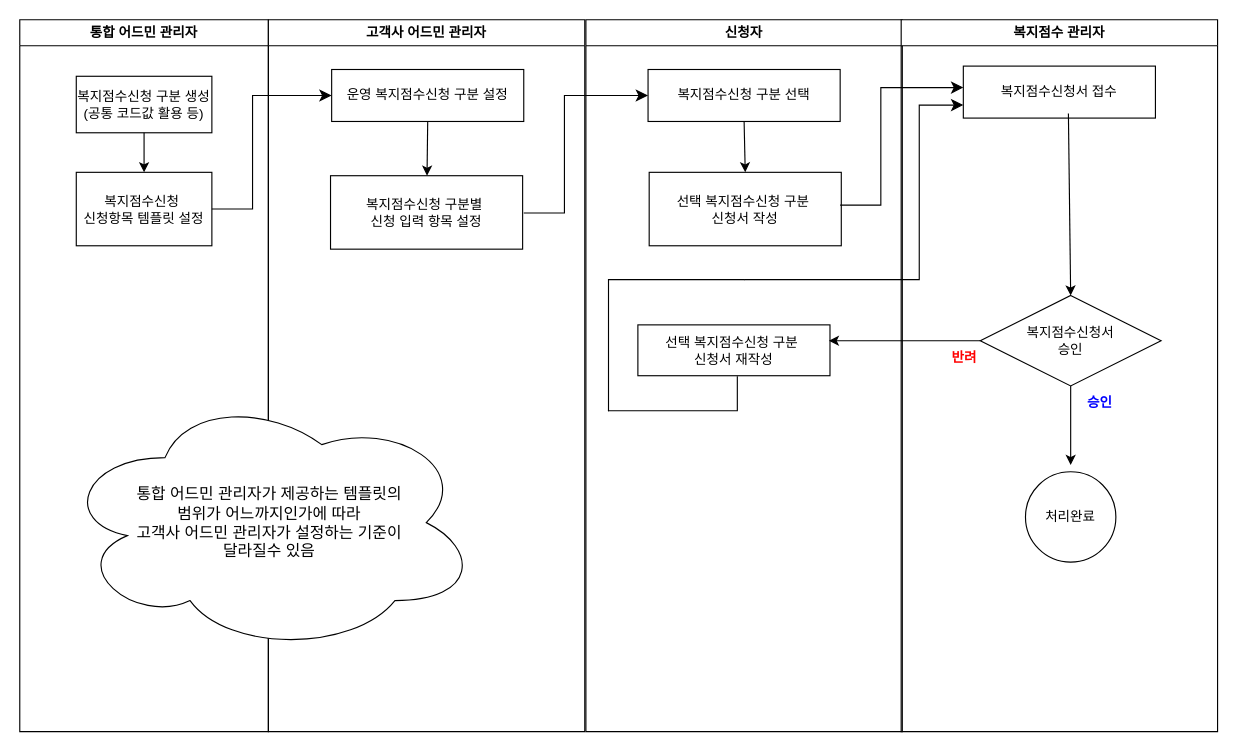
The draw.io diagram 맞춤형복지점수.drawio in calmmind77/boxing, before the edit. Source tidied: cells renumbered, new cells numbered last; positions are measured from the earlier drawing's top-left corner, leaving out a move shared by most shapes. Both pictures are drawn from the tidied source at 113%, with x=0, y=0 at pixel (19, 19).
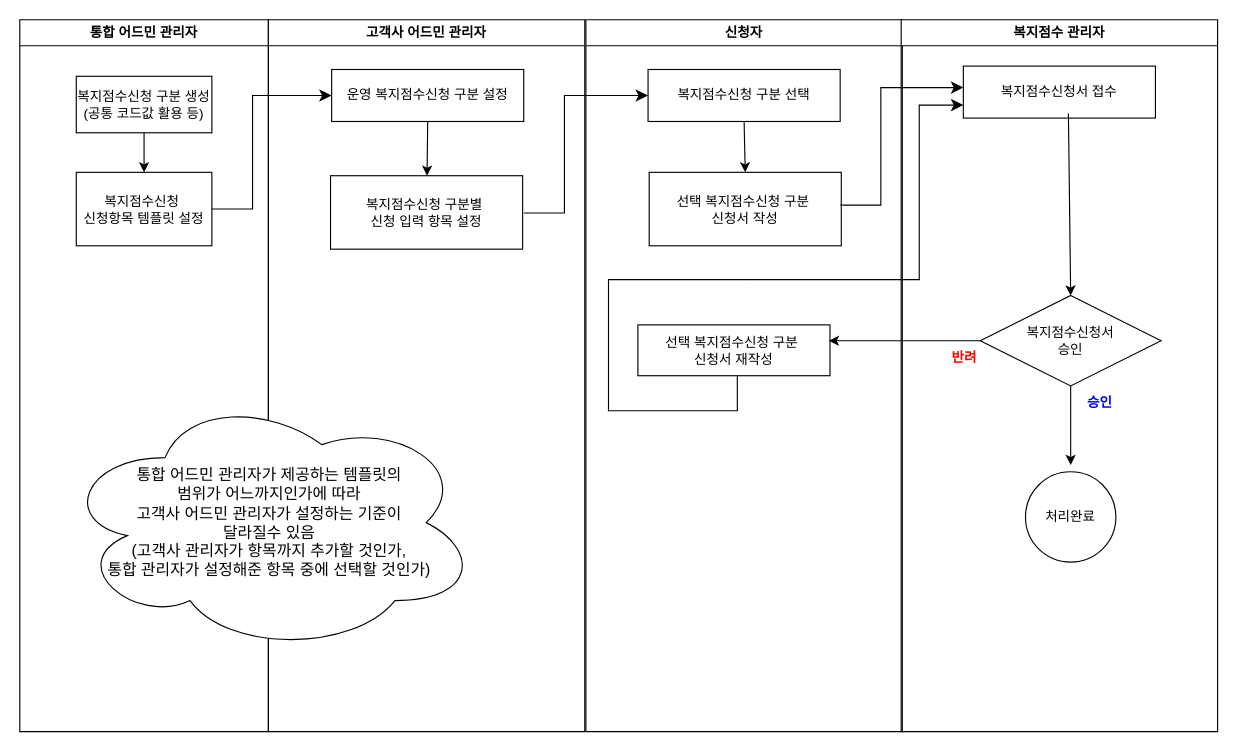
After the change.

Commit message:
맞춤형복지점수.drawio 업데이트

The change refers to these unchanged cells:
```xml
<mxCell id="4" value="고객사 어드민 관리자" style="swimlane;whiteSpace=wrap;" parent="1" vertex="1">
  <mxGeometry x="220" width="280" height="630" as="geometry" />
</mxCell>
```

Diff of the diagram source:
```diff
@@
-    <mxCell id="7" value="&lt;font style=&quot;font-size: 14px;&quot;&gt;통합 어드민 관리자가 제공하는 템플릿의&lt;/font&gt;&lt;div&gt;&lt;font style=&quot;font-size: 14px;&quot;&gt;범위가 어느까지인가에 따라&lt;/font&gt;&lt;/div&gt;&lt;div&gt;&lt;font style=&quot;font-size: 14px;&quot;&gt;고객사 어드민 관리자가 설정하는 기준이&lt;/font&gt;&lt;/div&gt;&lt;div&gt;&lt;font style=&quot;font-size: 14px;&quot;&gt;달라질수 있음&lt;/font&gt;&lt;/div&gt;" style="ellipse;shape=cloud;whiteSpace=wrap;html=1;align=center;" parent="4" vertex="1">
+    <mxCell id="7" value="&lt;font style=&quot;font-size: 14px;&quot;&gt;통합 어드민 관리자가 제공하는 템플릿의&lt;/font&gt;&lt;div&gt;&lt;font style=&quot;font-size: 14px;&quot;&gt;범위가 어느까지인가에 따라&lt;/font&gt;&lt;/div&gt;&lt;div&gt;&lt;font style=&quot;font-size: 14px;&quot;&gt;고객사 어드민 관리자가 설정하는 기준이&lt;/font&gt;&lt;/div&gt;&lt;div&gt;&lt;font style=&quot;font-size: 14px;&quot;&gt;달라질수 있음&lt;/font&gt;&lt;/div&gt;&lt;div&gt;&lt;font style=&quot;font-size: 14px;&quot;&gt;(고객사 관리자가 항목까지 추가할 것인가,&lt;/font&gt;&lt;/div&gt;&lt;div&gt;&lt;font style=&quot;font-size: 14px;&quot;&gt;통합 관리자가 설정해준 항목 중에 선택할 것인가)&lt;/font&gt;&lt;/div&gt;" style="ellipse;shape=cloud;whiteSpace=wrap;html=1;align=center;" parent="4" vertex="1">
       <mxGeometry x="-184" y="330" width="370" height="230" as="geometry" />
     </mxCell>
```
